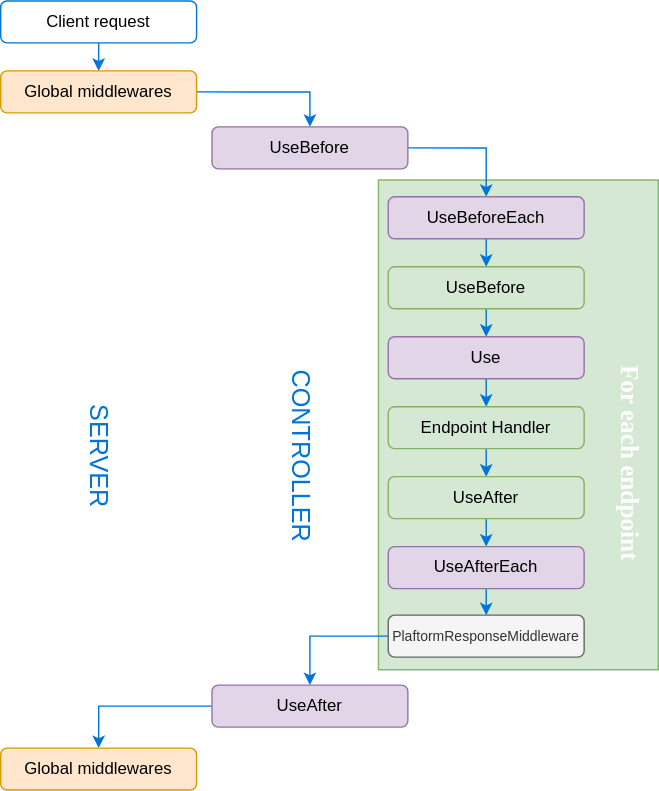
tsedio/tsed keeps this draw.io diagram as docs/assets/middleware-in-sequence.svg. Above is the earlier version. Source tidied: cells renumbered, new cells last; positions are measured from the earlier drawing's top-left corner, leaving out a move shared by most shapes.
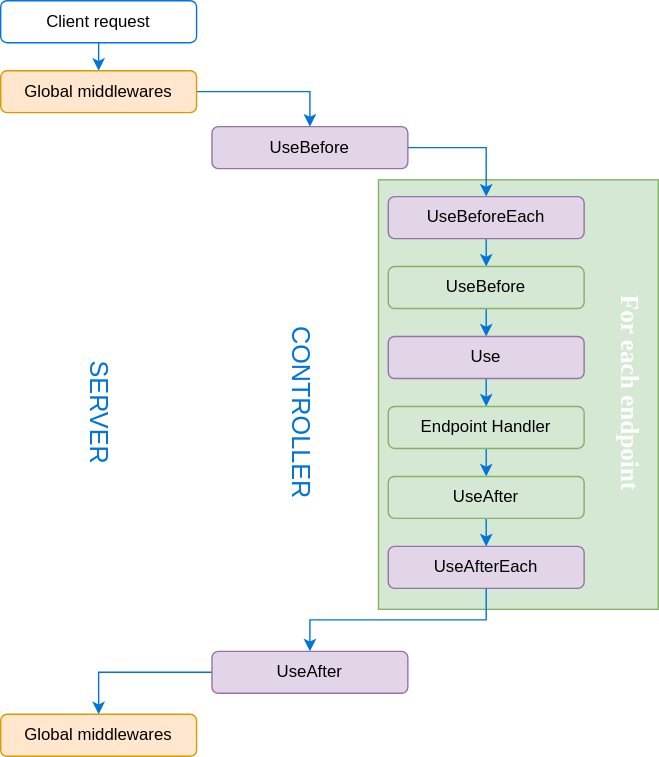
Later version of the same file.

What changed in the source:
```diff
@@ -3,7 +3,7 @@
     <mxCell id="0" />
     <mxCell id="1" parent="0" />
     <mxCell id="2" style="rounded=0;whiteSpace=wrap;html=1;fillColor=#d5e8d4;strokeColor=#82b366;" parent="1" vertex="1">
-      <mxGeometry x="270" y="128" width="200" height="350" as="geometry" />
+      <mxGeometry x="270" y="128" width="200" height="307" as="geometry" />
     </mxCell>
     <mxCell id="3" style="edgeStyle=orthogonalEdgeStyle;rounded=0;jettySize=auto;html=1;exitX=0.5;exitY=1;exitDx=0;exitDy=0;entryX=0.5;entryY=0;entryDx=0;entryDy=0;strokeColor=#0074d9;" parent="1" edge="1" source="4" target="8">
       <mxGeometry relative="1" as="geometry" />
@@ -53,9 +53,6 @@
     <mxCell id="18" value="UseAfter" style="rounded=1;whiteSpace=wrap;html=1;strokeColor=#82b366;fillColor=#d5e8d4;fontFamily=Helvetica;" parent="1" vertex="1">
       <mxGeometry x="277" y="340" width="140" height="30" as="geometry" />
     </mxCell>
-    <mxCell id="19" style="edgeStyle=orthogonalEdgeStyle;rounded=0;jettySize=auto;html=1;exitX=0.5;exitY=1;exitDx=0;exitDy=0;entryX=0.5;entryY=0;entryDx=0;entryDy=0;strokeColor=#0074D9;" parent="1" edge="1" source="20" target="24">
-      <mxGeometry relative="1" as="geometry" />
-    </mxCell>
     <mxCell id="20" value="UseAfterEach" style="rounded=1;whiteSpace=wrap;html=1;strokeColor=#9673a6;fillColor=#e1d5e7;fontFamily=Helvetica;" parent="1" vertex="1">
       <mxGeometry x="277" y="390" width="140" height="30" as="geometry" />
     </mxCell>
@@ -63,25 +60,25 @@
       <mxGeometry relative="1" as="geometry" />
     </mxCell>
     <mxCell id="22" value="&lt;div&gt;UseAfter&lt;/div&gt;" style="rounded=1;whiteSpace=wrap;html=1;strokeColor=#9673a6;fillColor=#e1d5e7;fontFamily=Helvetica;" parent="1" vertex="1">
-      <mxGeometry x="151" y="489" width="140" height="30" as="geometry" />
+      <mxGeometry x="151" y="465" width="140" height="30" as="geometry" />
     </mxCell>
-    <mxCell id="23" style="edgeStyle=orthogonalEdgeStyle;rounded=0;jettySize=auto;html=1;exitX=0;exitY=0.5;exitDx=0;exitDy=0;entryX=0.5;entryY=0;entryDx=0;entryDy=0;strokeColor=#0074D9;" parent="1" edge="1" source="24" target="22">
+    <mxCell id="23" style="edgeStyle=orthogonalEdgeStyle;rounded=0;jettySize=auto;html=1;exitX=0.5;exitY=1;exitDx=0;exitDy=0;entryX=0.5;entryY=0;entryDx=0;entryDy=0;strokeColor=#0074D9;" parent="1" edge="1" source="20" target="22">
       <mxGeometry relative="1" as="geometry" />
     </mxCell>
-    <mxCell id="24" value="&lt;font style=&quot;font-size: 10px&quot;&gt;PlaftormResponseMiddleware&lt;/font&gt;" style="rounded=1;whiteSpace=wrap;html=1;strokeColor=#666666;fontFamily=Helvetica;fillColor=#f5f5f5;fontColor=#333333;" parent="1" vertex="1">
-      <mxGeometry x="277" y="439" width="140" height="30" as="geometry" />
-    </mxCell>
     <mxCell id="25" value="Global middlewares" style="rounded=1;whiteSpace=wrap;html=1;strokeColor=#d79b00;fillColor=#ffe6cc;fontFamily=Helvetica;" parent="1" vertex="1">
-      <mxGeometry y="534" width="140" height="30" as="geometry" />
+      <mxGeometry y="510" width="140" height="30" as="geometry" />
     </mxCell>
     <mxCell id="26" value="&lt;font style=&quot;font-size: 18px&quot; color=&quot;#0074D9&quot;&gt;SERVER&lt;/font&gt;" style="text;html=1;align=center;verticalAlign=middle;rotation=90;" parent="1" vertex="1">
-      <mxGeometry x="25" y="315" width="90" height="20" as="geometry" />
+      <mxGeometry x="25" y="284" width="90" height="20" as="geometry" />
     </mxCell>
     <mxCell id="27" value="&lt;font style=&quot;font-size: 18px&quot; color=&quot;#0074D9&quot;&gt;CONTROLLER&lt;/font&gt;" style="text;html=1;align=center;verticalAlign=middle;rotation=90;" parent="1" vertex="1">
-      <mxGeometry x="145" y="315" width="140" height="20" as="geometry" />
+      <mxGeometry x="145" y="284" width="140" height="20" as="geometry" />
     </mxCell>
     <mxCell id="28" value="&lt;font style=&quot;font-size: 18px&quot; face=&quot;Verdana&quot; color=&quot;#FFFFFF&quot;&gt;&lt;b&gt;For each endpoint&lt;/b&gt;&lt;/font&gt;" style="text;html=1;align=center;verticalAlign=middle;rotation=90;" parent="1" vertex="1">
-      <mxGeometry x="350" y="320" width="200" height="20" as="geometry" />
+      <mxGeometry x="350" y="270" width="200" height="20" as="geometry" />
     </mxCell>
+    <mxCell id="29" style="edgeStyle=orthogonalEdgeStyle;rounded=0;orthogonalLoop=1;jettySize=auto;html=1;exitX=0.5;exitY=1;exitDx=0;exitDy=0;" parent="1" edge="1" source="2" target="2">
+      <mxGeometry relative="1" as="geometry" />
+    </mxCell>
   </root>
 </mxGraphModel>
```
